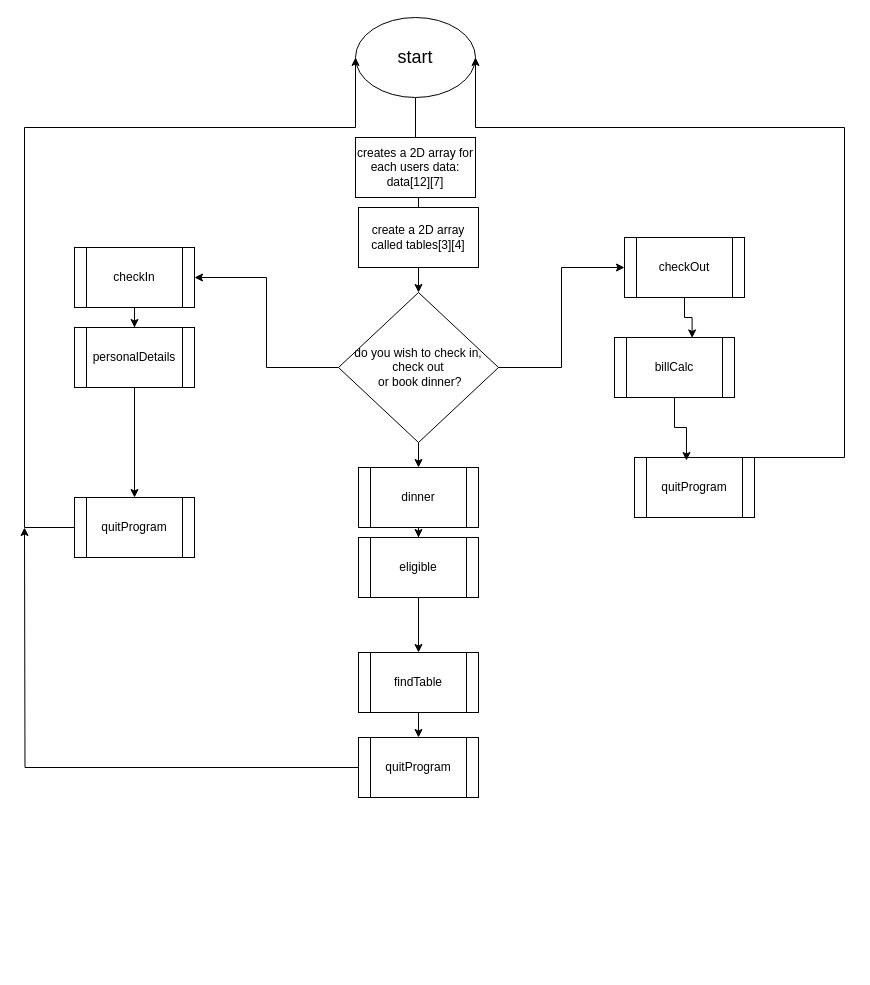
BHASVIC-JamesC/JDL-corporation keeps this draw.io diagram as main subroutine flowchart.drawio. Above is the earlier version. Source tidied: cells renumbered, new cells numbered last; positions are measured from the earlier drawing's top-left corner, leaving out a move shared by most shapes. Both pictures are drawn from the tidied source at 100%, with x=0, y=0 at pixel (24, 17).
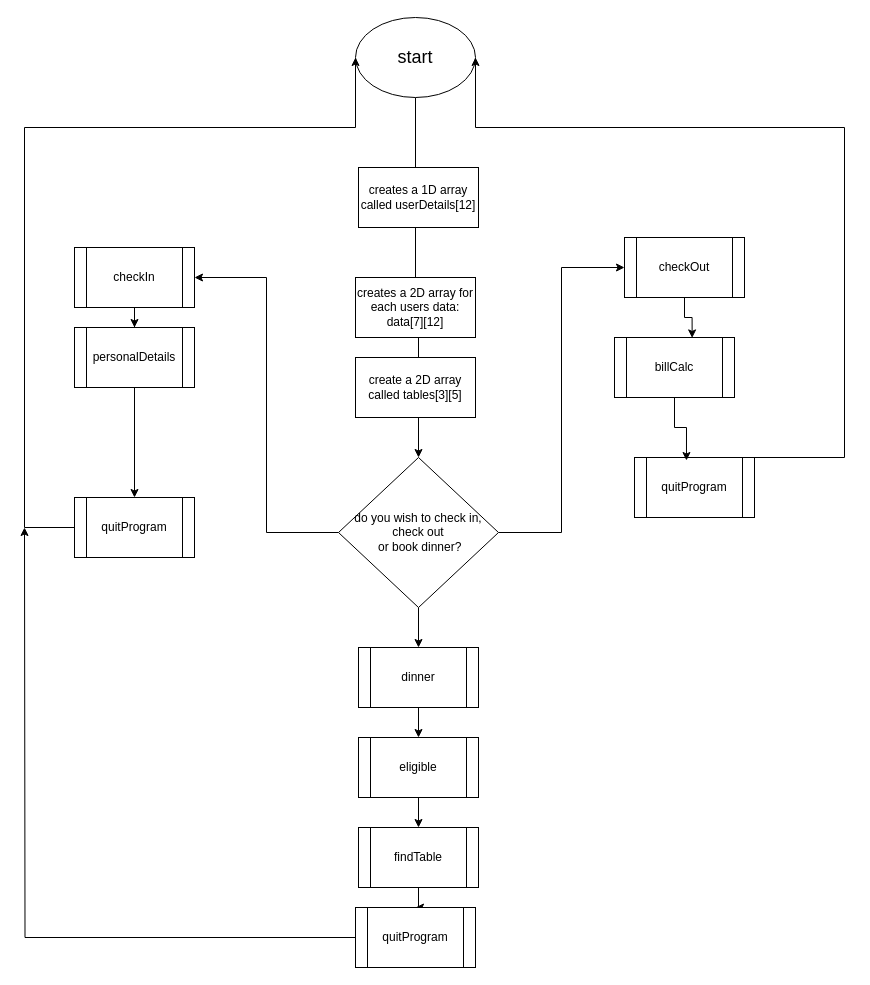
Above is the later version.

The edit, as a diff of the source:
```diff
@@
     <mxCell id="7" value="do you wish to check in,&lt;div&gt;check out&lt;/div&gt;&lt;div&gt;&amp;nbsp;or book dinner?&lt;/div&gt;" style="rhombus;whiteSpace=wrap;html=1;align=center;" parent="1" vertex="1">
-      <mxGeometry x="314" y="275" width="160" height="150" as="geometry" />
+      <mxGeometry x="314" y="440" width="160" height="150" as="geometry" />
     </mxCell>
@@
     <mxCell id="11" value="dinner" style="shape=process;whiteSpace=wrap;html=1;backgroundOutline=1;" parent="1" vertex="1">
-      <mxGeometry x="334" y="450" width="120" height="60" as="geometry" />
+      <mxGeometry x="334" y="630" width="120" height="60" as="geometry" />
     </mxCell>
@@
     <mxCell id="18" value="eligible" style="shape=process;whiteSpace=wrap;html=1;backgroundOutline=1;" parent="1" vertex="1">
-      <mxGeometry x="334" y="520" width="120" height="60" as="geometry" />
+      <mxGeometry x="334" y="720" width="120" height="60" as="geometry" />
     </mxCell>
@@
     <mxCell id="20" value="findTable" style="shape=process;whiteSpace=wrap;html=1;backgroundOutline=1;" parent="1" vertex="1">
-      <mxGeometry x="334" y="635" width="120" height="60" as="geometry" />
+      <mxGeometry x="334" y="810" width="120" height="60" as="geometry" />
     </mxCell>
@@
     <mxCell id="22" value="quitProgram" style="shape=process;whiteSpace=wrap;html=1;backgroundOutline=1;" parent="1" vertex="1">
-      <mxGeometry x="334" y="720" width="120" height="60" as="geometry" />
+      <mxGeometry x="331" y="890" width="120" height="60" as="geometry" />
     </mxCell>
@@
-    <mxCell id="28" value="creates a 2D array for each users data:&lt;div&gt;data[12][7]&lt;/div&gt;" style="rounded=0;whiteSpace=wrap;html=1;" parent="1" vertex="1">
-      <mxGeometry x="331" y="120" width="120" height="60" as="geometry" />
+    <mxCell id="28" value="creates a 2D array for each users data:&lt;div&gt;data[7][12]&lt;/div&gt;" style="rounded=0;whiteSpace=wrap;html=1;" parent="1" vertex="1">
+      <mxGeometry x="331" y="260" width="120" height="60" as="geometry" />
     </mxCell>
-    <mxCell id="29" value="create a 2D array called tables[3][4]" style="rounded=0;whiteSpace=wrap;html=1;" parent="1" vertex="1">
-      <mxGeometry x="334" y="190" width="120" height="60" as="geometry" />
+    <mxCell id="29" value="create a 2D array called tables[3][5]" style="rounded=0;whiteSpace=wrap;html=1;" parent="1" vertex="1">
+      <mxGeometry x="331" y="340" width="120" height="60" as="geometry" />
     </mxCell>
+    <mxCell id="30" value="creates a 1D array called userDetails[12]" style="rounded=0;whiteSpace=wrap;html=1;" parent="1" vertex="1">
+      <mxGeometry x="334" y="150" width="120" height="60" as="geometry" />
+    </mxCell>
```
